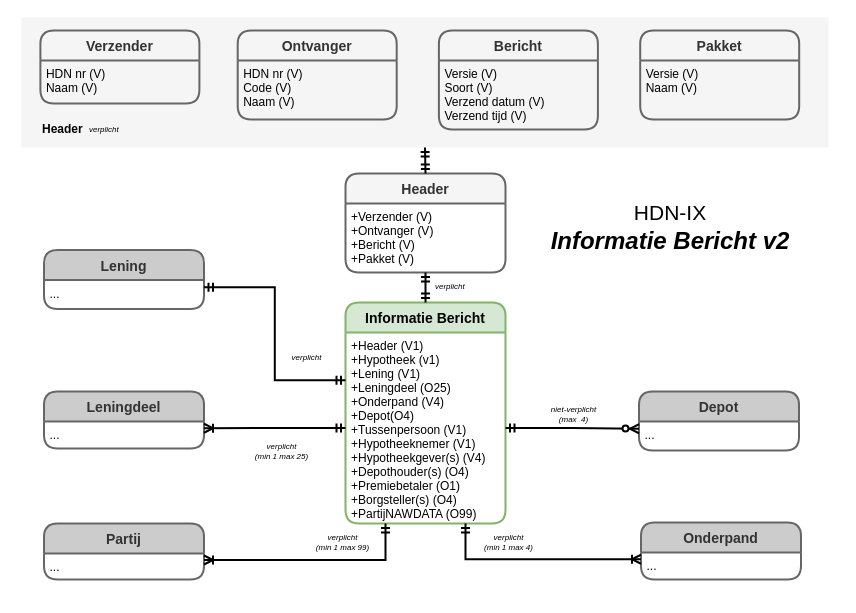
Above: page "IX-bericht" (3 of 11) of 3rdParty-HDN.drawio in luchthandel/diagrams (draw.io), before the change. Source tidied: cells renumbered, new cells numbered last; positions are measured from the earlier drawing's top-left corner, leaving out a move shared by most shapes. Both pictures are drawn from the tidied source at 100%, with x=0, y=0 at pixel (21, 17).
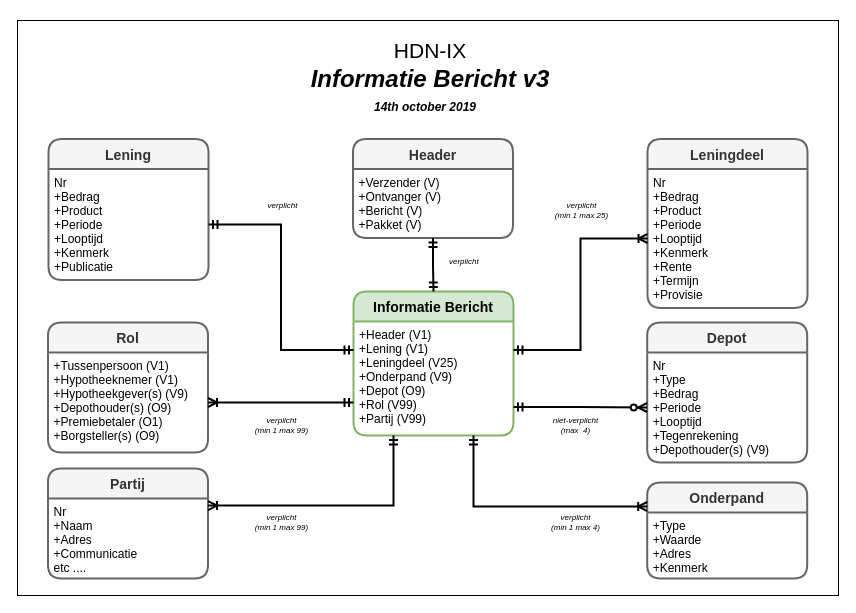
The same diagram, later.

Diff of the diagram source:
```diff
@@
+    <mxCell id="43" style="rounded=0;whiteSpace=wrap;html=1;shadow=0;glass=0;comic=0;fontSize=11;align=center;fillColor=none;" parent="1" vertex="1">
+      <mxGeometry x="-4" y="3" width="821" height="575" as="geometry" />
+    </mxCell>
     <mxCell id="2" value="Informatie Bericht" style="swimlane;horizontal=1;startSize=30;fillColor=#d5e8d4;rounded=1;fontSize=14;fontStyle=1;strokeWidth=2;shadow=0;dashed=0;align=center;strokeColor=#82b366;" parent="1" vertex="1">
-      <mxGeometry x="324" y="285" width="160" height="221" as="geometry" />
+      <mxGeometry x="332" y="274" width="160" height="144" as="geometry" />
     </mxCell>
-    <mxCell id="3" value="+Header (V1)&#10;+Hypotheek (v1)&#10;+Lening (V1)&#10;+Leningdeel (O25)&#10;+Onderpand (V4)&#10;+Depot(O4)&#10;+Tussenpersoon (V1)&#10;+Hypotheeknemer (V1)&#10;+Hypotheekgever(s) (V4)&#10;+Depothouder(s) (O4)&#10;+Premiebetaler (O1)&#10;+Borgsteller(s) (O4)&#10;+PartijNAWDATA (O99)" style="align=left;strokeColor=none;fillColor=none;spacingLeft=4;fontSize=12;verticalAlign=top;" parent="2" vertex="1">
-      <mxGeometry y="30" width="160" height="191" as="geometry" />
+    <mxCell id="3" value="+Header (V1)&#10;+Lening (V1)&#10;+Leningdeel (V25)&#10;+Onderpand (V9)&#10;+Depot (O9)&#10;+Rol (V99)&#10;+Partij (V99)" style="align=left;strokeColor=none;fillColor=none;spacingLeft=4;fontSize=12;verticalAlign=top;" parent="2" vertex="1">
+      <mxGeometry y="30" width="160" height="114" as="geometry" />
     </mxCell>
-    <mxCell id="4" value="&lt;font style=&quot;font-size: 21px&quot;&gt;HDN-IX&lt;/font&gt;&lt;b style=&quot;font-size: 24px ; font-style: italic&quot;&gt;&lt;br&gt;Informatie Bericht v2&lt;/b&gt;" style="text;html=1;strokeColor=none;fillColor=none;align=center;verticalAlign=middle;whiteSpace=wrap;rounded=0;" parent="1" vertex="1">
-      <mxGeometry x="500" y="156" width="298" height="106" as="geometry" />
-    </mxCell>
-    <mxCell id="5" value="Header" style="swimlane;horizontal=1;startSize=30;fillColor=#f5f5f5;fontColor=#333333;rounded=1;fontSize=14;fontStyle=1;strokeWidth=2;shadow=0;dashed=0;align=center;strokeColor=#666666;" parent="1" vertex="1">
-      <mxGeometry x="324" y="156" width="160" height="99" as="geometry" />
+    <mxCell id="5" value="Header" style="swimlane;horizontal=1;startSize=30;fillColor=#f5f5f5;rounded=1;fontSize=14;fontStyle=1;strokeWidth=2;shadow=0;dashed=0;align=center;strokeColor=#666666;fontColor=#333333;" parent="1" vertex="1">
+      <mxGeometry x="331.5" y="121.5" width="160" height="99" as="geometry" />
     </mxCell>
@@
-    <mxCell id="7" value="Lening" style="swimlane;horizontal=1;startSize=30;fillColor=#CCCCCC;rounded=1;fontSize=14;fontStyle=1;strokeWidth=2;shadow=0;dashed=0;align=center;strokeColor=#666666;fontColor=#333333;" parent="1" vertex="1">
-      <mxGeometry x="22.5" y="232.5" width="160" height="59" as="geometry" />
+    <mxCell id="7" value="Lening" style="swimlane;horizontal=1;startSize=30;fillColor=#f5f5f5;rounded=1;fontSize=14;fontStyle=1;strokeWidth=2;shadow=0;dashed=0;align=center;strokeColor=#666666;fontColor=#333333;" parent="1" vertex="1">
+      <mxGeometry x="27" y="121.5" width="160" height="141" as="geometry" />
     </mxCell>
-    <mxCell id="8" value="..." style="align=left;strokeColor=none;fillColor=none;spacingLeft=4;fontSize=12;verticalAlign=top;" parent="7" vertex="1">
-      <mxGeometry y="30" width="160" height="29" as="geometry" />
+    <mxCell id="8" value="Nr&#10;+Bedrag&#10;+Product&#10;+Periode&#10;+Looptijd&#10;+Kenmerk&#10;+Publicatie" style="align=left;strokeColor=none;fillColor=none;spacingLeft=4;fontSize=12;verticalAlign=top;" parent="7" vertex="1">
+      <mxGeometry y="30" width="160" height="111" as="geometry" />
     </mxCell>
-    <mxCell id="9" value="Depot" style="swimlane;horizontal=1;startSize=30;fillColor=#CCCCCC;rounded=1;fontSize=14;fontStyle=1;strokeWidth=2;shadow=0;dashed=0;align=center;strokeColor=#666666;fontColor=#333333;" parent="1" vertex="1">
-      <mxGeometry x="617.5" y="374" width="160" height="59" as="geometry" />
+    <mxCell id="9" value="Depot" style="swimlane;horizontal=1;startSize=30;fillColor=#f5f5f5;rounded=1;fontSize=14;fontStyle=1;strokeWidth=2;shadow=0;dashed=0;align=center;strokeColor=#666666;fontColor=#333333;" parent="1" vertex="1">
+      <mxGeometry x="625.7" y="305" width="160" height="140" as="geometry" />
     </mxCell>
-    <mxCell id="10" value="..." style="align=left;strokeColor=none;fillColor=none;spacingLeft=4;fontSize=12;verticalAlign=top;" parent="9" vertex="1">
-      <mxGeometry y="30" width="160" height="29" as="geometry" />
+    <mxCell id="10" value="Nr&#10;+Type&#10;+Bedrag&#10;+Periode&#10;+Looptijd&#10;+Tegenrekening&#10;+Depothouder(s) (V9)" style="align=left;strokeColor=none;fillColor=none;spacingLeft=4;fontSize=12;verticalAlign=top;" parent="9" vertex="1">
+      <mxGeometry y="30" width="160" height="110" as="geometry" />
     </mxCell>
-    <mxCell id="11" value="Leningdeel" style="swimlane;horizontal=1;startSize=30;fillColor=#CCCCCC;rounded=1;fontSize=14;fontStyle=1;strokeWidth=2;shadow=0;dashed=0;align=center;strokeColor=#666666;fontColor=#333333;" parent="1" vertex="1">
-      <mxGeometry x="22.5" y="374" width="160" height="57" as="geometry" />
+    <mxCell id="11" value="Leningdeel" style="swimlane;horizontal=1;startSize=30;fillColor=#f5f5f5;rounded=1;fontSize=14;fontStyle=1;strokeWidth=2;shadow=0;dashed=0;align=center;strokeColor=#666666;fontColor=#333333;comic=0;glass=0;" parent="1" vertex="1">
+      <mxGeometry x="626" y="121.5" width="160" height="169" as="geometry" />
     </mxCell>
-    <mxCell id="12" value="..." style="align=left;strokeColor=none;fillColor=none;spacingLeft=4;fontSize=12;verticalAlign=top;" parent="11" vertex="1">
-      <mxGeometry y="30" width="160" height="27" as="geometry" />
+    <mxCell id="12" value="Nr&#10;+Bedrag&#10;+Product &#10;+Periode&#10;+Looptijd&#10;+Kenmerk&#10;+Rente &#10;+Termijn&#10;+Provisie&#10;" style="align=left;strokeColor=none;fillColor=none;spacingLeft=4;fontSize=12;verticalAlign=top;" parent="11" vertex="1">
+      <mxGeometry y="30" width="160" height="139" as="geometry" />
     </mxCell>
-    <mxCell id="13" value="Onderpand" style="swimlane;horizontal=1;startSize=30;fillColor=#CCCCCC;rounded=1;fontSize=14;fontStyle=1;strokeWidth=2;shadow=0;dashed=0;align=center;strokeColor=#666666;fontColor=#333333;" parent="1" vertex="1">
-      <mxGeometry x="619.5" y="505" width="160" height="57" as="geometry" />
+    <mxCell id="13" value="Onderpand" style="swimlane;horizontal=1;startSize=30;fillColor=#f5f5f5;rounded=1;fontSize=14;fontStyle=1;strokeWidth=2;shadow=0;dashed=0;align=center;strokeColor=#666666;fontColor=#333333;" parent="1" vertex="1">
+      <mxGeometry x="625.7" y="465" width="160" height="96" as="geometry" />
     </mxCell>
-    <mxCell id="14" value="..." style="align=left;strokeColor=none;fillColor=none;spacingLeft=4;fontSize=12;verticalAlign=top;" parent="13" vertex="1">
-      <mxGeometry y="30" width="160" height="27" as="geometry" />
+    <mxCell id="14" value="+Type&#10;+Waarde&#10;+Adres&#10;+Kenmerk" style="align=left;strokeColor=none;fillColor=none;spacingLeft=4;fontSize=12;verticalAlign=top;" parent="13" vertex="1">
+      <mxGeometry y="30" width="160" height="66" as="geometry" />
     </mxCell>
-    <mxCell id="15" value="Partij" style="swimlane;horizontal=1;startSize=30;fillColor=#CCCCCC;rounded=1;fontSize=14;fontStyle=1;strokeWidth=2;shadow=0;dashed=0;align=center;strokeColor=#666666;fontColor=#333333;" parent="1" vertex="1">
-      <mxGeometry x="22.5" y="506" width="160" height="56" as="geometry" />
+    <mxCell id="15" value="Rol" style="swimlane;horizontal=1;startSize=30;fillColor=#f5f5f5;rounded=1;fontSize=14;fontStyle=1;strokeWidth=2;shadow=0;dashed=0;align=center;strokeColor=#666666;fontColor=#333333;" parent="1" vertex="1">
+      <mxGeometry x="26.5" y="305" width="160" height="130" as="geometry" />
     </mxCell>
-    <mxCell id="16" value="..." style="align=left;strokeColor=none;fillColor=none;spacingLeft=4;fontSize=12;verticalAlign=top;" parent="15" vertex="1">
-      <mxGeometry y="30" width="160" height="26" as="geometry" />
+    <mxCell id="16" value="+Tussenpersoon (V1)&#10;+Hypotheeknemer (V1)&#10;+Hypotheekgever(s) (V9)&#10;+Depothouder(s) (O9)&#10;+Premiebetaler (O1)&#10;+Borgsteller(s) (O9)" style="align=left;strokeColor=none;fillColor=none;spacingLeft=4;fontSize=12;verticalAlign=top;" parent="15" vertex="1">
+      <mxGeometry y="30" width="160" height="100" as="geometry" />
     </mxCell>
-    <mxCell id="17" style="edgeStyle=orthogonalEdgeStyle;rounded=0;jettySize=auto;html=1;exitX=0.25;exitY=1;exitDx=0;exitDy=0;entryX=1;entryY=0.25;entryDx=0;entryDy=0;startArrow=ERmandOne;startFill=0;endArrow=ERoneToMany;endFill=0;strokeWidth=2;fontSize=8;" parent="1" edge="1" source="3" target="16">
+    <mxCell id="17" style="edgeStyle=orthogonalEdgeStyle;rounded=0;jettySize=auto;html=1;exitX=0;exitY=0.711;exitDx=0;exitDy=0;entryX=1;entryY=0.5;entryDx=0;entryDy=0;startArrow=ERmandOne;startFill=0;endArrow=ERoneToMany;endFill=0;strokeWidth=2;fontSize=8;comic=0;exitPerimeter=0;" parent="1" edge="1" source="3" target="16">
       <mxGeometry relative="1" as="geometry" />
     </mxCell>
-    <mxCell id="18" style="edgeStyle=orthogonalEdgeStyle;rounded=0;jettySize=auto;html=1;entryX=1;entryY=0.25;entryDx=0;entryDy=0;startArrow=ERmandOne;startFill=0;endArrow=ERoneToMany;endFill=0;strokeWidth=2;fontSize=8;" parent="1" edge="1" source="3" target="12">
+    <mxCell id="18" style="rounded=0;jettySize=auto;html=1;entryX=0;entryY=0.5;entryDx=0;entryDy=0;startArrow=ERmandOne;startFill=0;endArrow=ERoneToMany;endFill=0;strokeWidth=2;fontSize=8;exitX=1;exitY=0.25;exitDx=0;exitDy=0;edgeStyle=orthogonalEdgeStyle;" parent="1" edge="1" source="3" target="12">
       <mxGeometry relative="1" as="geometry" />
     </mxCell>
-    <mxCell id="19" style="edgeStyle=orthogonalEdgeStyle;rounded=0;jettySize=auto;html=1;exitX=0;exitY=0.25;exitDx=0;exitDy=0;startArrow=ERmandOne;startFill=0;endArrow=ERmandOne;endFill=0;strokeWidth=2;fontSize=8;entryX=1;entryY=0.25;entryDx=0;entryDy=0;" parent="1" edge="1" source="3" target="8">
+    <mxCell id="19" style="edgeStyle=orthogonalEdgeStyle;rounded=0;jettySize=auto;html=1;exitX=0;exitY=0.25;exitDx=0;exitDy=0;startArrow=ERmandOne;startFill=0;endArrow=ERmandOne;endFill=0;strokeWidth=2;fontSize=8;entryX=1;entryY=0.5;entryDx=0;entryDy=0;" parent="1" edge="1" source="3" target="8">
       <mxGeometry relative="1" as="geometry" />
     </mxCell>
-    <mxCell id="20" style="edgeStyle=orthogonalEdgeStyle;rounded=0;jettySize=auto;html=1;entryX=0;entryY=0.25;entryDx=0;entryDy=0;startArrow=ERmandOne;startFill=0;endArrow=ERzeroToMany;endFill=1;strokeWidth=2;fontSize=8;" parent="1" edge="1" source="3" target="10">
+    <mxCell id="20" style="edgeStyle=orthogonalEdgeStyle;rounded=0;jettySize=auto;html=1;entryX=0;entryY=0.5;entryDx=0;entryDy=0;startArrow=ERmandOne;startFill=0;endArrow=ERzeroToMany;endFill=1;strokeWidth=2;fontSize=8;exitX=1;exitY=0.75;exitDx=0;exitDy=0;" parent="1" edge="1" source="3" target="10">
       <mxGeometry relative="1" as="geometry" />
     </mxCell>
-    <mxCell id="21" style="edgeStyle=orthogonalEdgeStyle;rounded=0;jettySize=auto;html=1;entryX=0;entryY=0.25;entryDx=0;entryDy=0;startArrow=ERmandOne;startFill=0;endArrow=ERoneToMany;endFill=0;strokeWidth=2;fontSize=8;exitX=0.75;exitY=1;exitDx=0;exitDy=0;" parent="1" edge="1" source="3" target="14">
+    <mxCell id="21" style="edgeStyle=orthogonalEdgeStyle;rounded=0;jettySize=auto;html=1;entryX=0;entryY=0.25;entryDx=0;entryDy=0;startArrow=ERmandOne;startFill=0;endArrow=ERoneToMany;endFill=0;strokeWidth=2;fontSize=8;exitX=0.75;exitY=1;exitDx=0;exitDy=0;" parent="1" edge="1" source="3" target="13">
       <mxGeometry relative="1" as="geometry" />
     </mxCell>
@@
     <mxCell id="23" value="verplicht" style="text;html=1;fontStyle=2;fontSize=8;" parent="1" vertex="1">
-      <mxGeometry x="412" y="258" width="50" height="30" as="geometry" />
+      <mxGeometry x="426" y="232.5" width="50" height="30" as="geometry" />
     </mxCell>
     <mxCell id="24" value="verplicht&lt;br&gt;(min 1 max 4)" style="text;html=1;fontStyle=2;fontSize=8;align=center;" parent="1" vertex="1">
-      <mxGeometry x="462" y="509" width="50" height="30" as="geometry" />
+      <mxGeometry x="529" y="489" width="50" height="30" as="geometry" />
     </mxCell>
     <mxCell id="25" value="verplicht&lt;br&gt;(min 1 max 25)" style="text;html=1;fontStyle=2;fontSize=8;align=center;" parent="1" vertex="1">
-      <mxGeometry x="234.5" y="418" width="50" height="30" as="geometry" />
+      <mxGeometry x="534.5" y="177" width="50" height="30" as="geometry" />
     </mxCell>
     <mxCell id="26" value="verplicht&lt;br&gt;(min 1 max 99)" style="text;html=1;fontStyle=2;fontSize=8;align=center;" parent="1" vertex="1">
-      <mxGeometry x="295.5" y="509" width="50" height="30" as="geometry" />
+      <mxGeometry x="234.5" y="391.5" width="50" height="30" as="geometry" />
     </mxCell>
     <mxCell id="27" value="niet-verplicht&lt;br&gt;(max&amp;nbsp; 4)" style="text;html=1;fontStyle=2;fontSize=8;align=center;" parent="1" vertex="1">
-      <mxGeometry x="526.5" y="380.5" width="50" height="30" as="geometry" />
+      <mxGeometry x="529" y="391.5" width="50" height="30" as="geometry" />
     </mxCell>
     <mxCell id="28" value="verplicht" style="text;html=1;fontStyle=2;fontSize=8;align=center;" parent="1" vertex="1">
-      <mxGeometry x="251" y="328.5" width="67" height="30" as="geometry" />
+      <mxGeometry x="227" y="177" width="67" height="30" as="geometry" />
     </mxCell>
-    <mxCell id="29" style="group;" parent="1" vertex="1">
-      <mxGeometry width="807" height="131" as="geometry" />
-    </mxCell>
-    <mxCell id="30" style="group;" parent="29" vertex="1">
-      <mxGeometry width="807" height="131" as="geometry" />
-    </mxCell>
-    <mxCell id="31" style="rounded=0;whiteSpace=wrap;html=1;fillColor=#f5f5f5;strokeColor=none;fontColor=#333333;" parent="30" vertex="1">
-      <mxGeometry width="807" height="130" as="geometry" />
-    </mxCell>
-    <mxCell id="32" value="Verzender" style="swimlane;horizontal=1;startSize=30;fillColor=#f5f5f5;fontColor=#333333;rounded=1;fontSize=14;fontStyle=1;strokeWidth=2;shadow=0;dashed=0;align=center;strokeColor=#666666;" parent="30" vertex="1">
-      <mxGeometry x="18.9" y="13" width="159" height="73" as="geometry" />
-    </mxCell>
-    <mxCell id="33" value="HDN nr (V)&#10;Naam (V)" style="align=left;strokeColor=none;fillColor=none;spacingLeft=4;fontSize=12;verticalAlign=top;" parent="32" vertex="1">
-      <mxGeometry y="30" width="159" height="43" as="geometry" />
-    </mxCell>
-    <mxCell id="34" value="Ontvanger" style="swimlane;horizontal=1;startSize=30;fillColor=#f5f5f5;fontColor=#333333;rounded=1;fontSize=14;fontStyle=1;strokeWidth=2;shadow=0;dashed=0;align=center;strokeColor=#666666;" parent="30" vertex="1">
-      <mxGeometry x="216.2" y="13" width="159" height="89" as="geometry" />
-    </mxCell>
-    <mxCell id="35" value="HDN nr (V)&#10;Code (V)&#10;Naam (V)" style="align=left;strokeColor=none;fillColor=none;spacingLeft=4;fontSize=12;verticalAlign=top;" parent="34" vertex="1">
-      <mxGeometry y="30" width="159" height="59" as="geometry" />
-    </mxCell>
-    <mxCell id="36" value="Bericht" style="swimlane;horizontal=1;startSize=30;fillColor=#f5f5f5;fontColor=#333333;rounded=1;fontSize=14;fontStyle=1;strokeWidth=2;shadow=0;dashed=0;align=center;strokeColor=#666666;" parent="30" vertex="1">
-      <mxGeometry x="417.4" y="13" width="159" height="99" as="geometry" />
-    </mxCell>
-    <mxCell id="37" value="Versie (V)&#10;Soort (V)&#10;Verzend datum (V)&#10;Verzend tijd (V)" style="align=left;strokeColor=none;fillColor=none;spacingLeft=4;fontSize=12;verticalAlign=top;" parent="36" vertex="1">
-      <mxGeometry y="30" width="159" height="69" as="geometry" />
-    </mxCell>
-    <mxCell id="38" value="Pakket" style="swimlane;horizontal=1;startSize=30;fillColor=#f5f5f5;fontColor=#333333;rounded=1;fontSize=14;fontStyle=1;strokeWidth=2;shadow=0;dashed=0;align=center;strokeColor=#666666;" parent="30" vertex="1">
-      <mxGeometry x="618.7" y="13" width="159" height="89" as="geometry" />
-    </mxCell>
-    <mxCell id="39" value="Versie (V) &#10;Naam (V)" style="align=left;strokeColor=none;fillColor=none;spacingLeft=4;fontSize=12;verticalAlign=top;" parent="38" vertex="1">
-      <mxGeometry y="30" width="159" height="59" as="geometry" />
-    </mxCell>
-    <mxCell id="40" value="Header" style="text;html=1;fontStyle=1;" parent="30" vertex="1">
-      <mxGeometry x="19" y="97.8" width="58.6" height="28" as="geometry" />
-    </mxCell>
-    <mxCell id="41" value="verplicht" style="text;html=1;fontStyle=2;fontSize=8;" parent="30" vertex="1">
-      <mxGeometry x="65.6" y="101" width="49.7" height="29" as="geometry" />
-    </mxCell>
-    <mxCell id="42" style="rounded=0;jettySize=auto;html=1;exitX=0.5;exitY=1;exitDx=0;exitDy=0;startArrow=ERmandOne;startFill=0;endArrow=ERmandOne;endFill=0;strokeWidth=2;fontSize=8;entryX=0.5;entryY=0;entryDx=0;entryDy=0;" parent="1" edge="1" source="31" target="5">
-      <mxGeometry relative="1" as="geometry" />
-    </mxCell>
+    <mxCell id="44" value="Partij" style="swimlane;horizontal=1;startSize=30;fillColor=#f5f5f5;rounded=1;fontSize=14;fontStyle=1;strokeWidth=2;shadow=0;dashed=0;align=center;strokeColor=#666666;fontColor=#333333;" parent="1" vertex="1">
+      <mxGeometry x="26.5" y="451" width="160" height="110" as="geometry" />
+    </mxCell>
+    <mxCell id="45" value="Nr&#10;+Naam&#10;+Adres&#10;+Communicatie&#10;etc ...." style="align=left;strokeColor=none;fillColor=none;spacingLeft=4;fontSize=12;verticalAlign=top;" parent="44" vertex="1">
+      <mxGeometry y="30" width="160" height="80" as="geometry" />
+    </mxCell>
+    <mxCell id="46" style="edgeStyle=orthogonalEdgeStyle;rounded=0;jettySize=auto;html=1;startArrow=ERmandOne;startFill=0;endArrow=ERoneToMany;endFill=0;strokeWidth=2;fontSize=8;exitX=0.25;exitY=1;exitDx=0;exitDy=0;entryX=1;entryY=0.088;entryDx=0;entryDy=0;entryPerimeter=0;" parent="1" edge="1" source="3" target="45">
+      <mxGeometry relative="1" as="geometry" />
+    </mxCell>
+    <mxCell id="47" value="verplicht&lt;br&gt;(min 1 max 99)" style="text;html=1;fontStyle=2;fontSize=8;align=center;" parent="1" vertex="1">
+      <mxGeometry x="234.5" y="489" width="50" height="30" as="geometry" />
+    </mxCell>
+    <mxCell id="48" style="group;" parent="1" vertex="1">
+      <mxGeometry x="259.5" y="20.5" width="298" height="78.5" as="geometry" />
+    </mxCell>
+    <mxCell id="49" value="&lt;font style=&quot;font-size: 21px&quot;&gt;HDN-IX&lt;/font&gt;&lt;b style=&quot;font-size: 24px ; font-style: italic&quot;&gt;&lt;br&gt;Informatie Bericht v3&lt;/b&gt;" style="text;html=1;strokeColor=none;fillColor=none;align=center;verticalAlign=middle;whiteSpace=wrap;rounded=0;" parent="48" vertex="1">
+      <mxGeometry width="298" height="52" as="geometry" />
+    </mxCell>
+    <mxCell id="50" value="&lt;font&gt;&lt;b&gt;&lt;i&gt;14th october 2019&lt;/i&gt;&lt;/b&gt;&lt;br&gt;&lt;/font&gt;" style="text;html=1;strokeColor=none;fillColor=none;align=center;verticalAlign=middle;whiteSpace=wrap;rounded=0;" parent="48" vertex="1">
+      <mxGeometry x="74" y="59.5" width="140" height="19" as="geometry" />
+    </mxCell>
```
